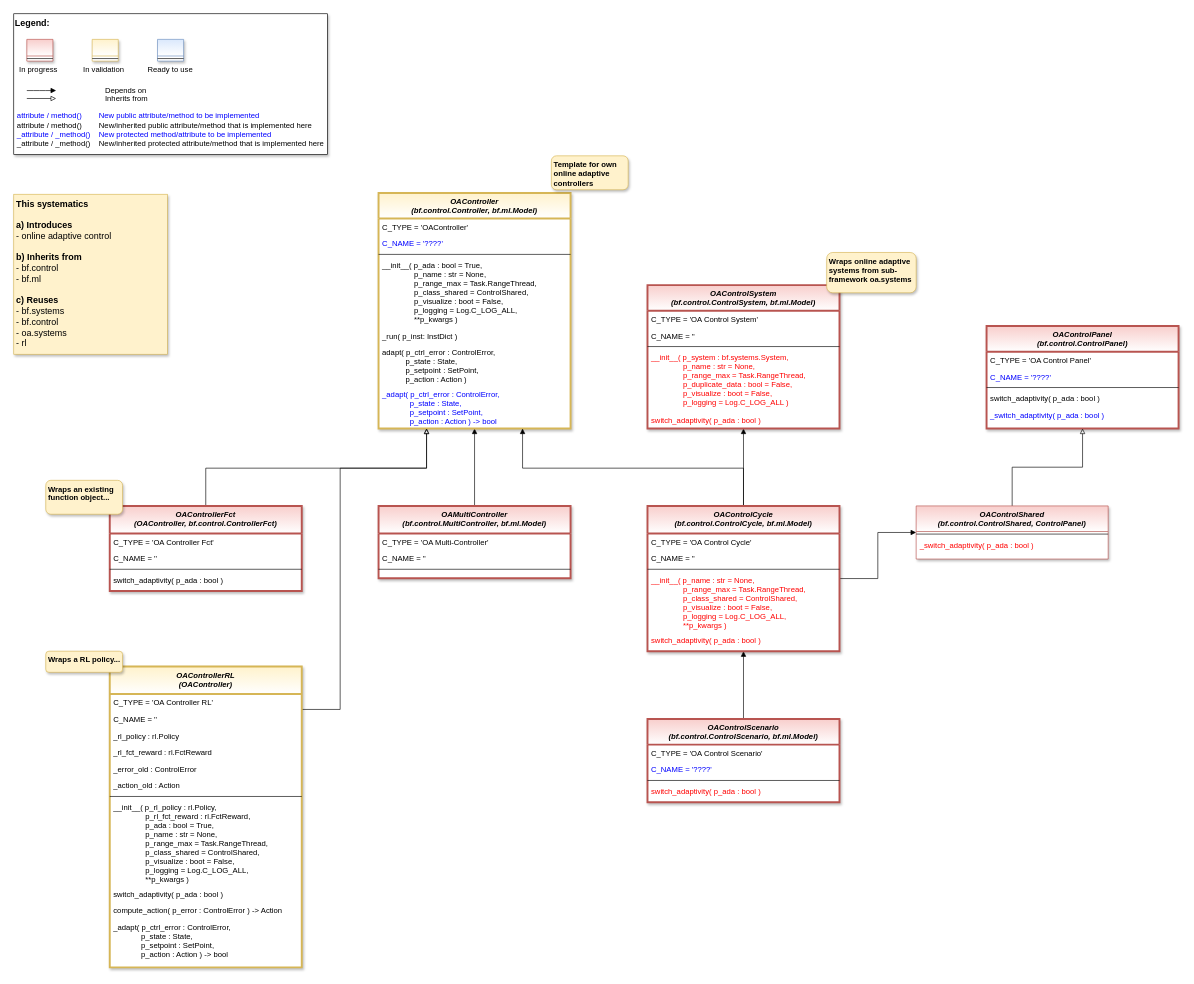
fhswf/MLPro keeps this draw.io diagram as doc/rtd/content/99_appendices/appendix2/sub/core/mlpro_oa/control/images/MLPro-OA-Control_class_diagram.drawio. Above is the earlier version. Source tidied: cells renumbered, new cells numbered last; positions are measured from the earlier drawing's top-left corner, leaving out a move shared by most shapes. Both pictures are drawn from the tidied source at 64%, with x=0, y=0 at pixel (13, 13).
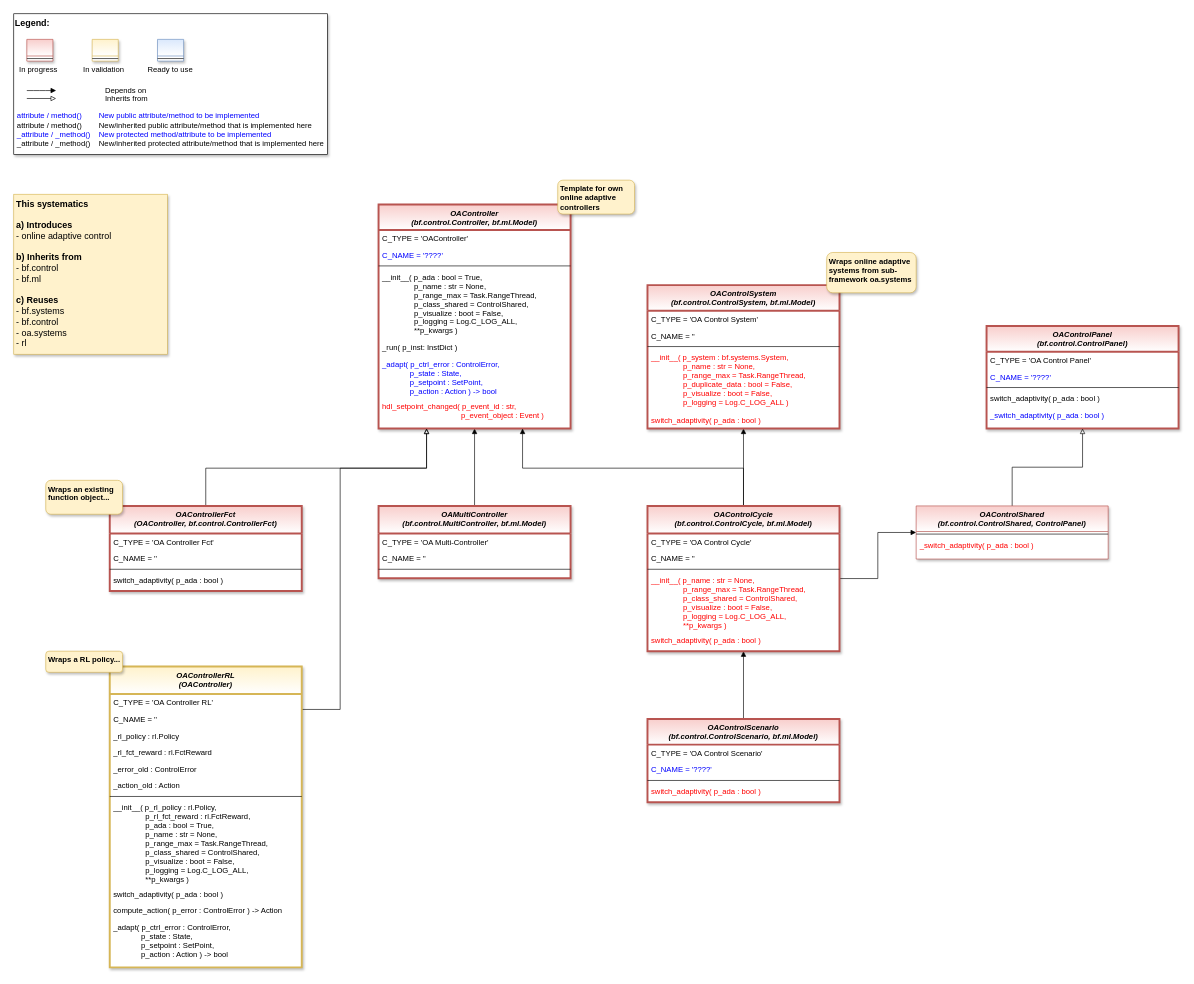
Above is the later version.

Commit message (it also covers changes not shown here):
OA: Basics of online adaptive closed-loop control #1047

The edit, as a diff of the source:
```diff
@@
-    <mxCell id="13" value="OAController &#10;(bf.control.Controller, bf.ml.Model)" style="swimlane;fontStyle=3;align=center;verticalAlign=top;horizontal=1;startSize=40;rounded=0;shadow=1;strokeWidth=3;fillColor=#fff2cc;strokeColor=#d6b656;swimlaneFillColor=#ffffff;gradientColor=#FFFFFF;" parent="1" vertex="1">
-      <mxGeometry x="570" y="280" width="300" height="368" as="geometry" />
+    <mxCell id="13" value="OAController &#10;(bf.control.Controller, bf.ml.Model)" style="swimlane;fontStyle=3;align=center;verticalAlign=top;horizontal=1;startSize=40;rounded=0;shadow=1;strokeWidth=3;fillColor=#f8cecc;strokeColor=#b85450;swimlaneFillColor=#ffffff;gradientColor=#FFFFFF;" parent="1" vertex="1">
+      <mxGeometry x="570" y="298" width="300" height="350" as="geometry" />
     </mxCell>
@@
+    <mxCell id="20" value="_adapt( p_ctrl_error : ControlError,&#10;             p_state : State,&#10;             p_setpoint : SetPoint,&#10;             p_action : Action ) -&gt; bool" style="text;align=left;verticalAlign=top;spacingLeft=4;spacingRight=4;overflow=hidden;fontColor=#0000FF;" parent="13" vertex="1">
+      <mxGeometry y="236" width="300" height="66" as="geometry" />
+    </mxCell>
-    <mxCell id="19" value="adapt( p_ctrl_error : ControlError,&#10;           p_state : State,&#10;           p_setpoint : SetPoint,&#10;           p_action : Action )" style="text;align=left;verticalAlign=top;spacingLeft=4;spacingRight=4;overflow=hidden;fontColor=default;" parent="13" vertex="1">
-      <mxGeometry y="236" width="300" height="66" as="geometry" />
+    <mxCell id="19" value="hdl_setpoint_changed( p_event_id : str,&#10;                                     p_event_object : Event )" style="text;align=left;verticalAlign=top;spacingLeft=4;spacingRight=4;overflow=hidden;fontColor=#FF0000;" parent="13" vertex="1">
+      <mxGeometry y="302" width="300" height="42" as="geometry" />
     </mxCell>
-    <mxCell id="20" value="_adapt( p_ctrl_error : ControlError,&#10;             p_state : State,&#10;             p_setpoint : SetPoint,&#10;             p_action : Action ) -&gt; bool" style="text;align=left;verticalAlign=top;spacingLeft=4;spacingRight=4;overflow=hidden;fontColor=#0000FF;" parent="13" vertex="1">
-      <mxGeometry y="302" width="300" height="66" as="geometry" />
-    </mxCell>
@@
     <mxCell id="30" value="&lt;b style=&quot;border-color: var(--border-color);&quot;&gt;Template for own online adaptive controllers&lt;/b&gt;" style="rounded=1;whiteSpace=wrap;html=1;align=left;spacingLeft=2;verticalAlign=top;fillColor=#fff2cc;strokeColor=#d6b656;gradientColor=none;shadow=1;" parent="1" vertex="1">
-      <mxGeometry x="840" y="222" width="120" height="53" as="geometry" />
+      <mxGeometry x="850" y="260" width="120" height="53" as="geometry" />
     </mxCell>
```
